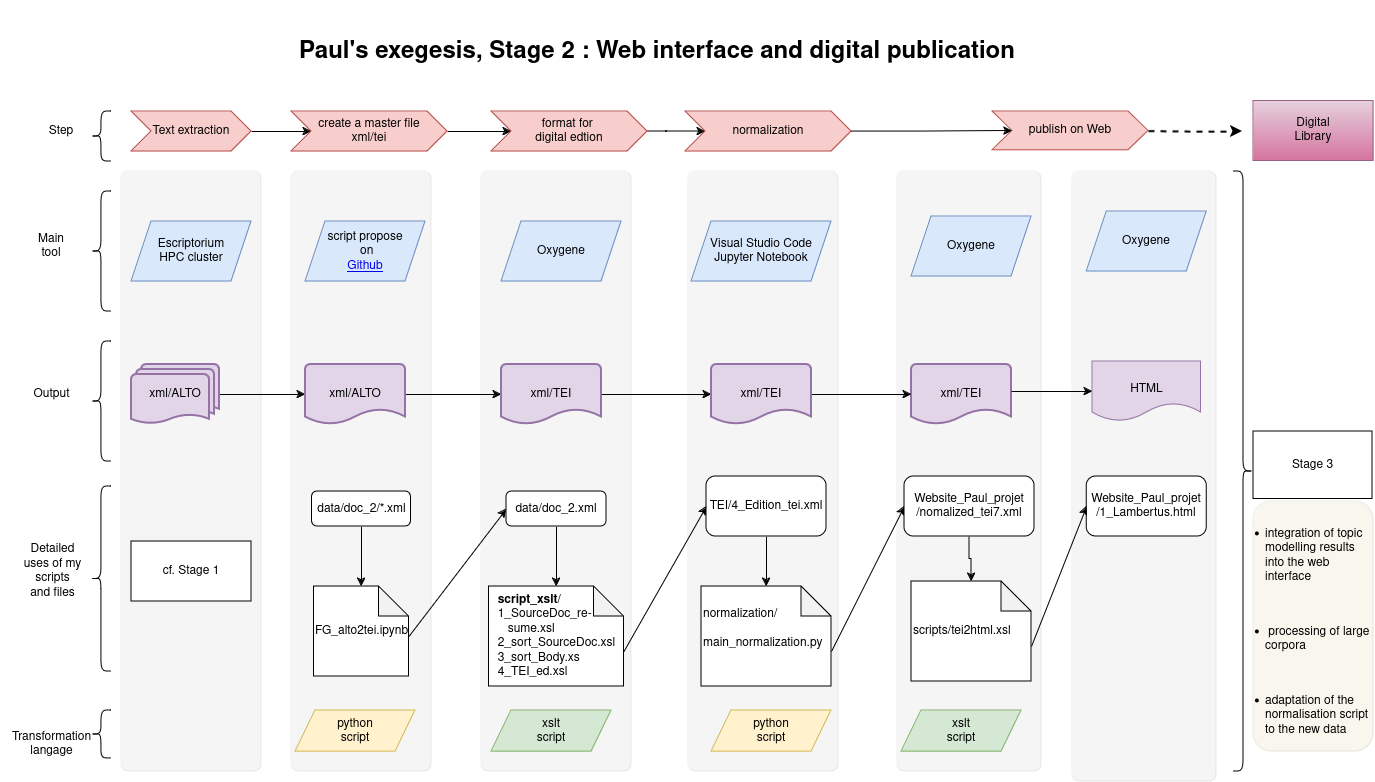
The draw.io diagram Paul_Pipeline.png in FourbeFlo/PipeLine-for-Web-interface, before a commit. Source tidied: cells renumbered, new cells last; positions are measured from the earlier drawing's top-left corner, leaving out a move shared by most shapes.
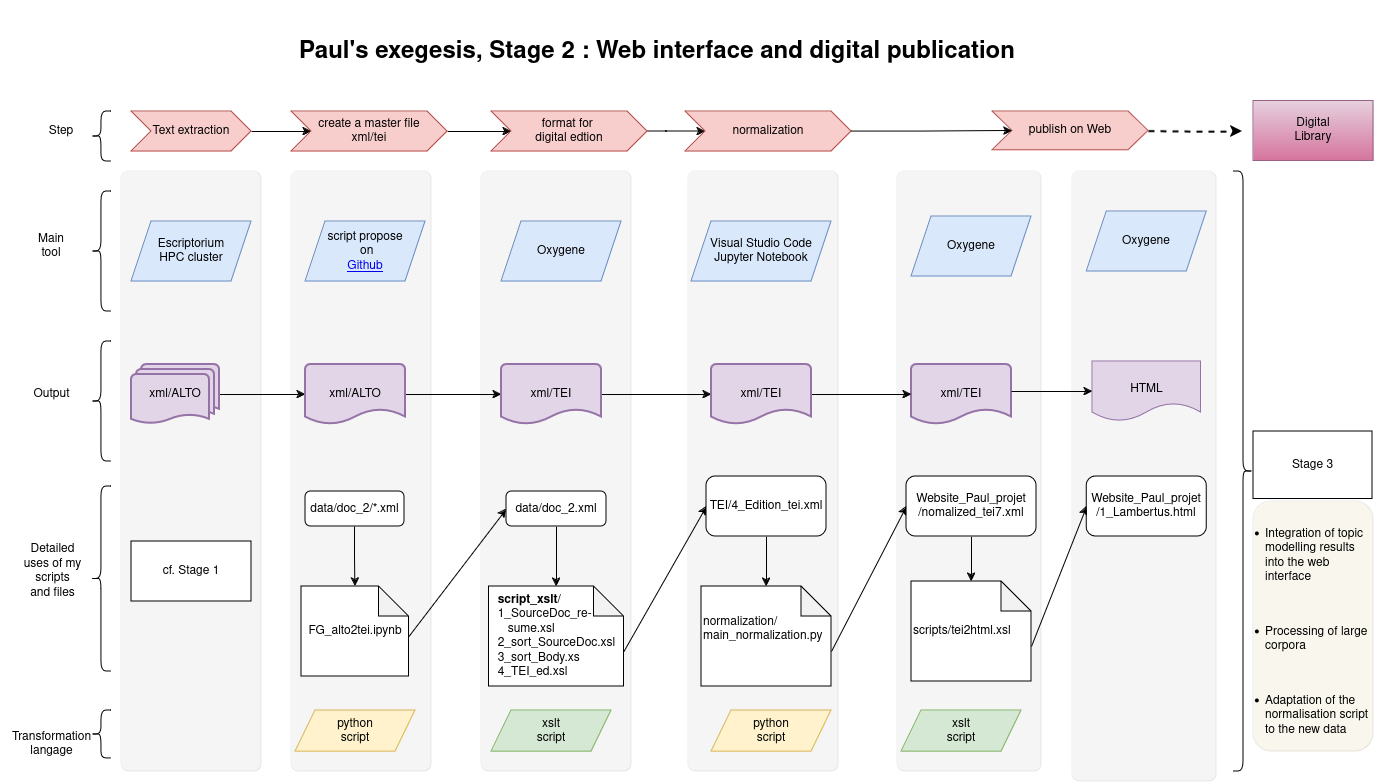
The same diagram one commit later.

The edit, as a diff of the source:
```diff
@@ -138,21 +138,21 @@
       <mxGeometry relative="1" as="geometry" />
     </mxCell>
     <mxCell id="47" value="&lt;div&gt;Website_Paul_projet&lt;/div&gt;&lt;div&gt;/nomalized_tei7.xml&lt;/div&gt;" style="rounded=1;whiteSpace=wrap;html=1;" parent="7" vertex="1">
-      <mxGeometry x="903" y="475" width="130" height="60" as="geometry" />
+      <mxGeometry x="905" y="475" width="130" height="60" as="geometry" />
     </mxCell>
     <mxCell id="48" style="edgeStyle=orthogonalEdgeStyle;rounded=0;jettySize=auto;html=1;" parent="7" edge="1" source="49" target="51">
       <mxGeometry relative="1" as="geometry" />
     </mxCell>
     <mxCell id="49" value="data/doc_2/*.xml" style="rounded=1;whiteSpace=wrap;html=1;" parent="7" vertex="1">
-      <mxGeometry x="310.5" y="490" width="99" height="35" as="geometry" />
+      <mxGeometry x="304" y="490" width="99" height="35" as="geometry" />
     </mxCell>
     <mxCell id="50" value="&lt;div align=&quot;left&quot;&gt;&lt;br&gt;&lt;/div&gt;&lt;div align=&quot;left&quot;&gt;&lt;br&gt;&lt;/div&gt;&lt;div align=&quot;left&quot;&gt;&lt;b&gt;&lt;br&gt;&lt;/b&gt;&lt;/div&gt;&lt;div align=&quot;left&quot;&gt;&lt;b&gt;script_xslt&lt;/b&gt;/&amp;nbsp; &lt;br&gt;&lt;/div&gt;&lt;div align=&quot;left&quot;&gt;1_SourceDoc_re-&amp;nbsp;&amp;nbsp;&amp;nbsp;&amp;nbsp;&lt;/div&gt;&lt;div align=&quot;left&quot;&gt;&amp;nbsp;&amp;nbsp; sume.xsl&lt;/div&gt;&lt;div align=&quot;left&quot;&gt;2_sort_SourceDoc.xsl&lt;/div&gt;&lt;div align=&quot;left&quot;&gt;3_sort_Body.xs&lt;/div&gt;&lt;div align=&quot;left&quot;&gt;4_TEI_ed.xsl&lt;br&gt;&lt;/div&gt;&lt;div align=&quot;left&quot;&gt;&lt;br&gt;&lt;/div&gt;&lt;div align=&quot;left&quot;&gt;&lt;br&gt;&lt;br&gt;&lt;/div&gt;" style="shape=note;whiteSpace=wrap;html=1;backgroundOutline=1;darkOpacity=0.05;" parent="7" vertex="1">
       <mxGeometry x="487.5" y="585" width="135" height="100" as="geometry" />
     </mxCell>
     <mxCell id="51" value="FG_alto2tei.ipynb" style="shape=note;whiteSpace=wrap;html=1;backgroundOutline=1;darkOpacity=0.05;" parent="7" vertex="1">
-      <mxGeometry x="312.5" y="585" width="95" height="90" as="geometry" />
+      <mxGeometry x="300" y="585" width="107.5" height="90" as="geometry" />
     </mxCell>
-    <mxCell id="52" value="&lt;div align=&quot;left&quot;&gt;normalization/&lt;/div&gt;&lt;div align=&quot;left&quot;&gt;&lt;br&gt;&lt;/div&gt;&lt;div align=&quot;left&quot;&gt;main_normalization.py&lt;/div&gt;&lt;div align=&quot;left&quot;&gt;&lt;br&gt;&lt;/div&gt;" style="shape=note;whiteSpace=wrap;html=1;backgroundOutline=1;darkOpacity=0.05;align=left;" parent="7" vertex="1">
+    <mxCell id="52" value="&lt;div align=&quot;left&quot;&gt;normalization/&lt;/div&gt;&lt;div align=&quot;left&quot;&gt;main_normalization.py&lt;/div&gt;&lt;div align=&quot;left&quot;&gt;&lt;br&gt;&lt;/div&gt;" style="shape=note;whiteSpace=wrap;html=1;backgroundOutline=1;darkOpacity=0.05;align=left;" parent="7" vertex="1">
       <mxGeometry x="700" y="585" width="130" height="100" as="geometry" />
     </mxCell>
     <mxCell id="53" value="scripts/tei2html.xsl" style="shape=note;whiteSpace=wrap;html=1;backgroundOutline=1;darkOpacity=0.05;align=left;" parent="7" vertex="1">
@@ -240,7 +240,7 @@
     <mxCell id="78" style="shape=curlyBracket;whiteSpace=wrap;html=1;rounded=1;flipH=1;labelPosition=right;verticalLabelPosition=middle;align=left;verticalAlign=middle;" parent="4" vertex="1">
       <mxGeometry x="1231" y="170" width="20" height="600" as="geometry" />
     </mxCell>
-    <mxCell id="79" value="&lt;div align=&quot;left&quot;&gt;&lt;ul&gt;&lt;li&gt;integration of topic modelling results into the web interface&lt;/li&gt;&lt;/ul&gt;&lt;div&gt;&lt;br&gt;&lt;/div&gt;&lt;ul&gt;&lt;li&gt;&amp;nbsp;processing of large corpora&lt;/li&gt;&lt;/ul&gt;&lt;div&gt;&lt;br&gt;&lt;/div&gt;&lt;ul&gt;&lt;li&gt;adaptation of the normalisation script to the new data&lt;/li&gt;&lt;/ul&gt;&lt;/div&gt;" style="text;whiteSpace=wrap;html=1;align=left;" parent="4" vertex="1">
+    <mxCell id="79" value="&lt;div align=&quot;left&quot;&gt;&lt;ul&gt;&lt;li&gt;Integration of topic modelling results into the web interface&lt;/li&gt;&lt;/ul&gt;&lt;div&gt;&lt;br&gt;&lt;/div&gt;&lt;ul&gt;&lt;li&gt;Processing of large corpora&lt;/li&gt;&lt;/ul&gt;&lt;div&gt;&lt;br&gt;&lt;/div&gt;&lt;ul&gt;&lt;li&gt;Adaptation of the normalisation script to the new data&lt;/li&gt;&lt;/ul&gt;&lt;/div&gt;" style="text;whiteSpace=wrap;html=1;align=left;" parent="4" vertex="1">
       <mxGeometry x="1221" y="505" width="150" height="210" as="geometry" />
     </mxCell>
     <mxCell id="80" value="&lt;div&gt;&lt;br&gt;&lt;/div&gt;&lt;div&gt;&lt;br&gt;&lt;/div&gt;&lt;div&gt;Stage 3&lt;br&gt;&lt;/div&gt;&lt;div&gt;&lt;br&gt;&lt;/div&gt;&lt;div&gt;&lt;br&gt;&lt;/div&gt;" style="rounded=0;whiteSpace=wrap;html=1;" parent="4" vertex="1">
```
